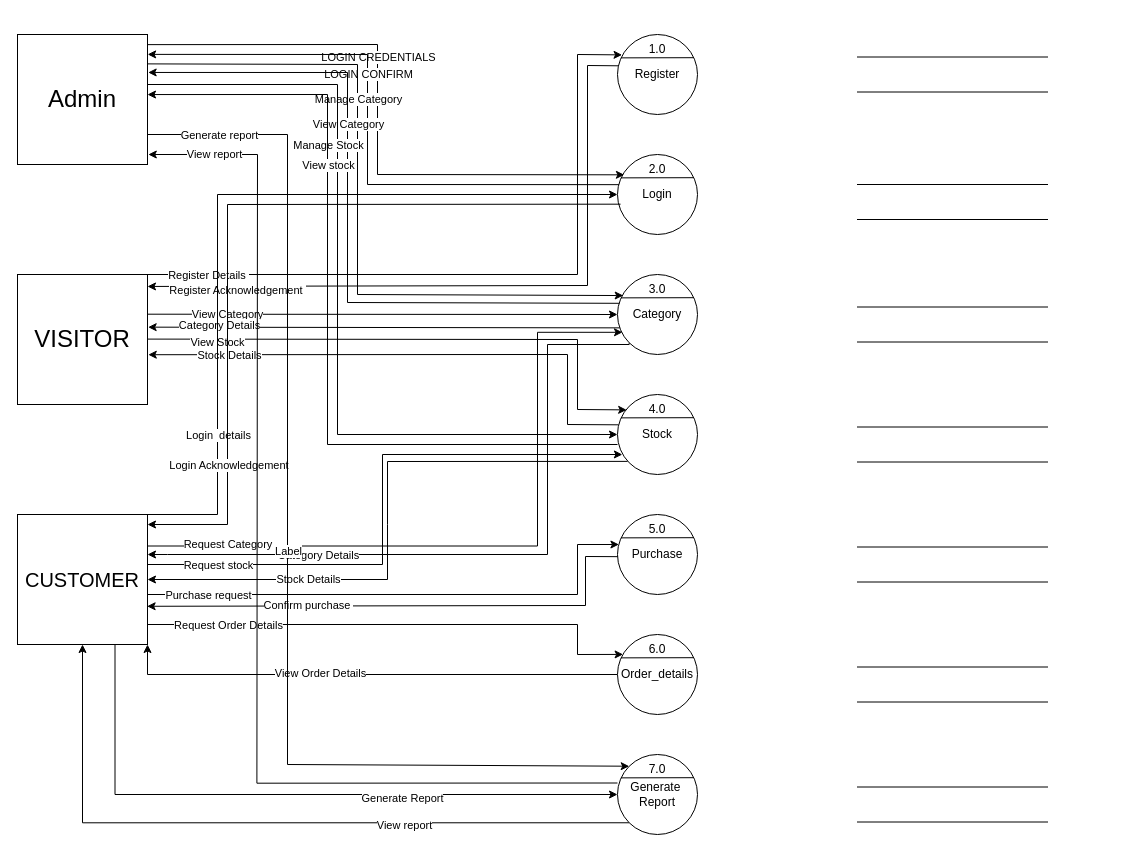
Pandya-Mihir/Pandya-Mihir keeps this draw.io diagram as Untitled Diagram.drawio. Above is the earlier version. Source tidied: cells renumbered, new cells numbered last; positions are measured from the earlier drawing's top-left corner, leaving out a move shared by most shapes. Both pictures are drawn from the tidied source at 100%, with x=0, y=0 at pixel (17, 34).
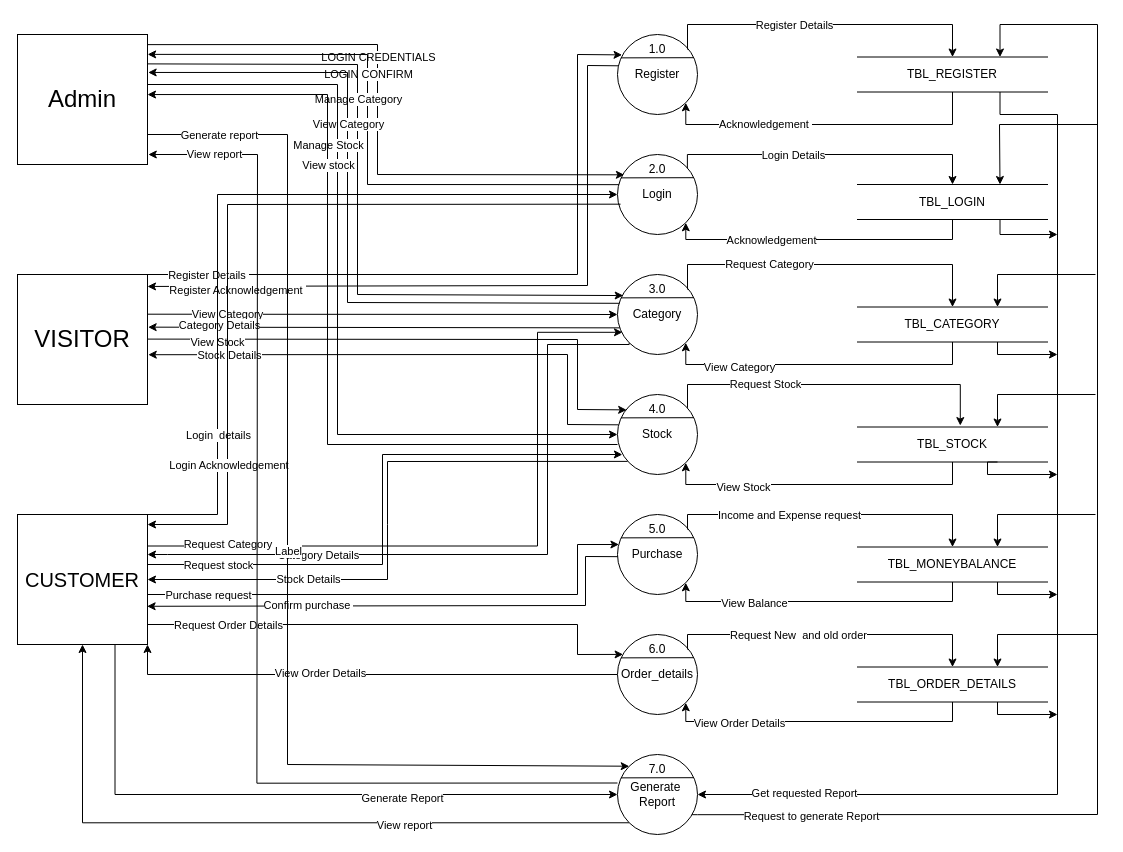
The same diagram, later.

The change refers to these unchanged cells:
```xml
<mxCell id="22" value="Register" style="ellipse;whiteSpace=wrap;html=1;" parent="1" vertex="1">
  <mxGeometry x="600" width="80" height="80" as="geometry" />
</mxCell>
<mxCell id="24" value="Login" style="ellipse;whiteSpace=wrap;html=1;" parent="1" vertex="1">
  <mxGeometry x="600" y="120" width="80" height="80" as="geometry" />
</mxCell>
<mxCell id="28" value="Category" style="ellipse;whiteSpace=wrap;html=1;" parent="1" vertex="1">
  <mxGeometry x="600" y="240" width="80" height="80" as="geometry" />
</mxCell>
<mxCell id="30" value="Stock" style="ellipse;whiteSpace=wrap;html=1;" parent="1" vertex="1">
  <mxGeometry x="600" y="360" width="80" height="80" as="geometry" />
</mxCell>
<mxCell id="32" value="Purchase" style="ellipse;whiteSpace=wrap;html=1;" parent="1" vertex="1">
  <mxGeometry x="600" y="480" width="80" height="80" as="geometry" />
</mxCell>
<mxCell id="36" value="Order_details" style="ellipse;whiteSpace=wrap;html=1;" parent="1" vertex="1">
  <mxGeometry x="600" y="600" width="80" height="80" as="geometry" />
</mxCell>
<mxCell id="40" value="Generate&amp;nbsp;&lt;br&gt;Report" style="ellipse;whiteSpace=wrap;html=1;" parent="1" vertex="1">
  <mxGeometry x="600" y="720" width="80" height="80" as="geometry" />
</mxCell>
<mxCell id="44" value="1.0" style="text;html=1;strokeColor=none;fillColor=none;align=center;verticalAlign=middle;whiteSpace=wrap;rounded=0;" parent="1" vertex="1">
  <mxGeometry x="610" width="60" height="30" as="geometry" />
</mxCell>
<mxCell id="45" value="2.0" style="text;html=1;strokeColor=none;fillColor=none;align=center;verticalAlign=middle;whiteSpace=wrap;rounded=0;" parent="1" vertex="1">
  <mxGeometry x="610" y="120" width="60" height="30" as="geometry" />
</mxCell>
<mxCell id="46" value="3.0" style="text;html=1;strokeColor=none;fillColor=none;align=center;verticalAlign=middle;whiteSpace=wrap;rounded=0;" parent="1" vertex="1">
  <mxGeometry x="610" y="240" width="60" height="30" as="geometry" />
</mxCell>
<mxCell id="47" value="4.0" style="text;html=1;strokeColor=none;fillColor=none;align=center;verticalAlign=middle;whiteSpace=wrap;rounded=0;" parent="1" vertex="1">
  <mxGeometry x="610" y="360" width="60" height="30" as="geometry" />
</mxCell>
<mxCell id="48" value="5.0" style="text;html=1;strokeColor=none;fillColor=none;align=center;verticalAlign=middle;whiteSpace=wrap;rounded=0;" parent="1" vertex="1">
  <mxGeometry x="610" y="480" width="60" height="30" as="geometry" />
</mxCell>
<mxCell id="49" value="6.0" style="text;html=1;strokeColor=none;fillColor=none;align=center;verticalAlign=middle;whiteSpace=wrap;rounded=0;" parent="1" vertex="1">
  <mxGeometry x="610" y="600" width="60" height="30" as="geometry" />
</mxCell>
```

Diff of the diagram source:
```diff
@@
+    <mxCell id="86" style="edgeStyle=orthogonalEdgeStyle;rounded=0;jettySize=auto;html=1;exitX=0.5;exitY=1;exitDx=0;exitDy=0;entryX=1;entryY=1;entryDx=0;entryDy=0;" parent="1" edge="1" source="13" target="22">
+      <mxGeometry relative="1" as="geometry">
+        <Array as="points">
+          <mxPoint x="935" y="90" />
+          <mxPoint x="668" y="90" />
+        </Array>
+      </mxGeometry>
+    </mxCell>
+    <mxCell id="87" value="Acknowledgement&amp;nbsp;" style="edgeLabel;html=1;align=center;verticalAlign=middle;" parent="86" vertex="1">
+      <mxGeometry x="0.37" y="-1" relative="1" as="geometry" />
+    </mxCell>
-    <mxCell id="13" style="html=1;dashed=0;whiteSpace=wrap;shape=partialRectangle;right=0;left=0;" parent="1" vertex="1">
+    <mxCell id="13" value="TBL_REGISTER" style="html=1;dashed=0;whiteSpace=wrap;shape=partialRectangle;right=0;left=0;" parent="1" vertex="1">
       <mxGeometry x="840" y="22.5" width="190" height="35" as="geometry" />
     </mxCell>
+    <mxCell id="88" style="edgeStyle=orthogonalEdgeStyle;rounded=0;jettySize=auto;html=1;exitX=0.5;exitY=1;exitDx=0;exitDy=0;entryX=1;entryY=1;entryDx=0;entryDy=0;" parent="1" edge="1" source="14" target="24">
+      <mxGeometry relative="1" as="geometry">
+        <Array as="points">
+          <mxPoint x="935" y="205" />
+          <mxPoint x="668" y="205" />
+        </Array>
+      </mxGeometry>
+    </mxCell>
+    <mxCell id="89" value="Acknowledgement" style="edgeLabel;html=1;align=center;verticalAlign=middle;" parent="88" vertex="1">
+      <mxGeometry x="0.33" relative="1" as="geometry" />
+    </mxCell>
+    <mxCell id="90" style="edgeStyle=orthogonalEdgeStyle;rounded=0;jettySize=auto;html=1;exitX=0.75;exitY=1;exitDx=0;exitDy=0;" parent="1" edge="1" source="14">
+      <mxGeometry relative="1" as="geometry">
+        <mxPoint x="1040" y="200" as="targetPoint" />
+        <Array as="points">
+          <mxPoint x="983" y="200" />
+        </Array>
+      </mxGeometry>
+    </mxCell>
-    <mxCell id="14" style="html=1;dashed=0;whiteSpace=wrap;shape=partialRectangle;right=0;left=0;" parent="1" vertex="1">
+    <mxCell id="14" value="TBL_LOGIN" style="html=1;dashed=0;whiteSpace=wrap;shape=partialRectangle;right=0;left=0;" parent="1" vertex="1">
       <mxGeometry x="840" y="150" width="190" height="35" as="geometry" />
     </mxCell>
+    <mxCell id="91" style="edgeStyle=orthogonalEdgeStyle;rounded=0;jettySize=auto;html=1;exitX=0.5;exitY=1;exitDx=0;exitDy=0;entryX=1;entryY=1;entryDx=0;entryDy=0;" parent="1" edge="1" source="15" target="28">
+      <mxGeometry relative="1" as="geometry">
+        <Array as="points">
+          <mxPoint x="935" y="330" />
+          <mxPoint x="668" y="330" />
+        </Array>
+      </mxGeometry>
+    </mxCell>
+    <mxCell id="92" value="View Category" style="edgeLabel;html=1;align=center;verticalAlign=middle;" parent="91" vertex="1">
+      <mxGeometry x="0.52" y="2" relative="1" as="geometry" />
+    </mxCell>
-    <mxCell id="15" style="html=1;dashed=0;whiteSpace=wrap;shape=partialRectangle;right=0;left=0;" parent="1" vertex="1">
+    <mxCell id="15" value="TBL_CATEGORY" style="html=1;dashed=0;whiteSpace=wrap;shape=partialRectangle;right=0;left=0;" parent="1" vertex="1">
       <mxGeometry x="840" y="272.5" width="190" height="35" as="geometry" />
     </mxCell>
+    <mxCell id="93" style="edgeStyle=orthogonalEdgeStyle;rounded=0;jettySize=auto;html=1;exitX=0.5;exitY=1;exitDx=0;exitDy=0;entryX=1;entryY=1;entryDx=0;entryDy=0;" parent="1" edge="1" source="16" target="30">
+      <mxGeometry relative="1" as="geometry">
+        <Array as="points">
+          <mxPoint x="935" y="450" />
+          <mxPoint x="668" y="450" />
+        </Array>
+      </mxGeometry>
+    </mxCell>
+    <mxCell id="94" value="View Stock" style="edgeLabel;html=1;align=center;verticalAlign=middle;" parent="93" vertex="1">
+      <mxGeometry x="0.49" y="2" relative="1" as="geometry" />
+    </mxCell>
-    <mxCell id="16" style="html=1;dashed=0;whiteSpace=wrap;shape=partialRectangle;right=0;left=0;" parent="1" vertex="1">
+    <mxCell id="16" value="TBL_STOCK" style="html=1;dashed=0;whiteSpace=wrap;shape=partialRectangle;right=0;left=0;" parent="1" vertex="1">
       <mxGeometry x="840" y="392.5" width="190" height="35" as="geometry" />
     </mxCell>
+    <mxCell id="95" style="edgeStyle=orthogonalEdgeStyle;rounded=0;jettySize=auto;html=1;exitX=0.5;exitY=1;exitDx=0;exitDy=0;entryX=1;entryY=1;entryDx=0;entryDy=0;" parent="1" edge="1" source="17" target="32">
+      <mxGeometry relative="1" as="geometry">
+        <Array as="points">
+          <mxPoint x="935" y="567" />
+          <mxPoint x="668" y="567" />
+        </Array>
+      </mxGeometry>
+    </mxCell>
+    <mxCell id="96" value="View Balance" style="edgeLabel;html=1;align=center;verticalAlign=middle;" parent="95" vertex="1">
+      <mxGeometry x="0.43" y="1" relative="1" as="geometry" />
+    </mxCell>
-    <mxCell id="17" style="html=1;dashed=0;whiteSpace=wrap;shape=partialRectangle;right=0;left=0;" parent="1" vertex="1">
+    <mxCell id="17" value="TBL_MONEYBALANCE" style="html=1;dashed=0;whiteSpace=wrap;shape=partialRectangle;right=0;left=0;" parent="1" vertex="1">
       <mxGeometry x="840" y="512.5" width="190" height="35" as="geometry" />
     </mxCell>
+    <mxCell id="97" style="edgeStyle=orthogonalEdgeStyle;rounded=0;jettySize=auto;html=1;exitX=0.5;exitY=1;exitDx=0;exitDy=0;entryX=1;entryY=1;entryDx=0;entryDy=0;" parent="1" edge="1" source="18" target="36">
+      <mxGeometry relative="1" as="geometry">
+        <Array as="points">
+          <mxPoint x="935" y="687" />
+          <mxPoint x="668" y="687" />
+        </Array>
+      </mxGeometry>
+    </mxCell>
+    <mxCell id="98" value="View Order Details" style="edgeLabel;html=1;align=center;verticalAlign=middle;" parent="97" vertex="1">
+      <mxGeometry x="0.53" y="1" relative="1" as="geometry" />
+    </mxCell>
-    <mxCell id="18" style="html=1;dashed=0;whiteSpace=wrap;shape=partialRectangle;right=0;left=0;" parent="1" vertex="1">
+    <mxCell id="18" value="TBL_ORDER_DETAILS" style="html=1;dashed=0;whiteSpace=wrap;shape=partialRectangle;right=0;left=0;" parent="1" vertex="1">
       <mxGeometry x="840" y="632.5" width="190" height="35" as="geometry" />
     </mxCell>
-    <mxCell id="19" style="html=1;dashed=0;whiteSpace=wrap;shape=partialRectangle;right=0;left=0;" parent="1" vertex="1">
-      <mxGeometry x="840" y="752.5" width="190" height="35" as="geometry" />
-    </mxCell>
@@
+    <mxCell id="99" style="edgeStyle=orthogonalEdgeStyle;rounded=0;jettySize=auto;html=1;exitX=0.75;exitY=1;exitDx=0;exitDy=0;" parent="1" edge="1" source="13" target="40">
+      <mxGeometry relative="1" as="geometry">
+        <Array as="points">
+          <mxPoint x="983" y="80" />
+          <mxPoint x="1040" y="80" />
+          <mxPoint x="1040" y="760" />
+        </Array>
+      </mxGeometry>
+    </mxCell>
+    <mxCell id="100" value="&lt;br&gt;" style="edgeLabel;html=1;align=center;verticalAlign=middle;" parent="99" vertex="1">
+      <mxGeometry x="0.84" y="2" relative="1" as="geometry" />
+    </mxCell>
+    <mxCell id="101" value="Get requested Report" style="edgeLabel;html=1;align=center;verticalAlign=middle;" parent="99" vertex="1">
+      <mxGeometry x="0.81" y="-2" relative="1" as="geometry" />
+    </mxCell>
@@
+    <mxCell id="102" style="edgeStyle=orthogonalEdgeStyle;rounded=0;jettySize=auto;html=1;exitX=1;exitY=0.5;exitDx=0;exitDy=0;entryX=0.5;entryY=0;entryDx=0;entryDy=0;" parent="1" edge="1" source="44" target="13">
+      <mxGeometry relative="1" as="geometry">
+        <Array as="points">
+          <mxPoint x="670" y="-10" />
+          <mxPoint x="935" y="-10" />
+        </Array>
+      </mxGeometry>
+    </mxCell>
+    <mxCell id="103" value="Register Details" style="edgeLabel;html=1;align=center;verticalAlign=middle;" parent="102" vertex="1">
+      <mxGeometry x="-0.19" relative="1" as="geometry" />
+    </mxCell>
@@
+    <mxCell id="104" style="edgeStyle=orthogonalEdgeStyle;rounded=0;jettySize=auto;html=1;exitX=0.998;exitY=0.456;exitDx=0;exitDy=0;entryX=0.5;entryY=0;entryDx=0;entryDy=0;exitPerimeter=0;" parent="1" edge="1" source="45" target="14">
+      <mxGeometry relative="1" as="geometry">
+        <Array as="points">
+          <mxPoint x="670" y="120" />
+          <mxPoint x="935" y="120" />
+        </Array>
+      </mxGeometry>
+    </mxCell>
+    <mxCell id="105" value="Login Details" style="edgeLabel;html=1;align=center;verticalAlign=middle;" parent="104" vertex="1">
+      <mxGeometry x="-0.23" relative="1" as="geometry" />
+    </mxCell>
@@
+    <mxCell id="106" style="edgeStyle=orthogonalEdgeStyle;rounded=0;jettySize=auto;html=1;exitX=1;exitY=0.5;exitDx=0;exitDy=0;entryX=0.5;entryY=0;entryDx=0;entryDy=0;" parent="1" edge="1" source="46" target="15">
+      <mxGeometry relative="1" as="geometry">
+        <Array as="points">
+          <mxPoint x="670" y="230" />
+          <mxPoint x="935" y="230" />
+        </Array>
+      </mxGeometry>
+    </mxCell>
+    <mxCell id="107" value="Request Category" style="edgeLabel;html=1;align=center;verticalAlign=middle;" parent="106" vertex="1">
+      <mxGeometry x="-0.36" y="1" relative="1" as="geometry" />
+    </mxCell>
@@
+    <mxCell id="108" style="edgeStyle=orthogonalEdgeStyle;rounded=0;jettySize=auto;html=1;exitX=1;exitY=0.5;exitDx=0;exitDy=0;entryX=0.5;entryY=0;entryDx=0;entryDy=0;" parent="1" edge="1" source="48" target="17">
+      <mxGeometry relative="1" as="geometry">
+        <Array as="points">
+          <mxPoint x="670" y="480" />
+          <mxPoint x="935" y="480" />
+        </Array>
+      </mxGeometry>
+    </mxCell>
+    <mxCell id="109" value="Income and Expense request" style="edgeLabel;html=1;align=center;verticalAlign=middle;" parent="108" vertex="1">
+      <mxGeometry x="-0.59" y="2" relative="1" as="geometry">
+        <mxPoint x="52" y="2" as="offset" />
+      </mxGeometry>
+    </mxCell>
@@
+    <mxCell id="110" style="edgeStyle=orthogonalEdgeStyle;rounded=0;jettySize=auto;html=1;exitX=1;exitY=0.5;exitDx=0;exitDy=0;entryX=0.5;entryY=0;entryDx=0;entryDy=0;" parent="1" edge="1" source="49" target="18">
+      <mxGeometry relative="1" as="geometry">
+        <Array as="points">
+          <mxPoint x="670" y="600" />
+          <mxPoint x="935" y="600" />
+        </Array>
+      </mxGeometry>
+    </mxCell>
+    <mxCell id="111" value="Request New&amp;nbsp; and old order" style="edgeLabel;html=1;align=center;verticalAlign=middle;" parent="110" vertex="1">
+      <mxGeometry x="-0.6" y="-1" relative="1" as="geometry">
+        <mxPoint x="62" y="-1" as="offset" />
+      </mxGeometry>
+    </mxCell>
@@
+    <mxCell id="112" style="edgeStyle=orthogonalEdgeStyle;rounded=0;jettySize=auto;html=1;entryX=0.541;entryY=-0.041;entryDx=0;entryDy=0;entryPerimeter=0;exitX=1;exitY=0.445;exitDx=0;exitDy=0;exitPerimeter=0;" parent="1" edge="1" source="47" target="16">
+      <mxGeometry relative="1" as="geometry">
+        <Array as="points">
+          <mxPoint x="670" y="350" />
+          <mxPoint x="943" y="350" />
+        </Array>
+      </mxGeometry>
+    </mxCell>
+    <mxCell id="113" value="Request Stock" style="edgeLabel;html=1;align=center;verticalAlign=middle;" parent="112" vertex="1">
+      <mxGeometry x="-0.4" y="1" relative="1" as="geometry" />
+    </mxCell>
+    <mxCell id="114" style="edgeStyle=orthogonalEdgeStyle;rounded=0;jettySize=auto;html=1;exitX=0.931;exitY=0.752;exitDx=0;exitDy=0;entryX=0.75;entryY=0;entryDx=0;entryDy=0;exitPerimeter=0;" parent="1" edge="1" source="40" target="13">
+      <mxGeometry relative="1" as="geometry">
+        <Array as="points">
+          <mxPoint x="680" y="780" />
+          <mxPoint x="1080" y="780" />
+          <mxPoint x="1080" y="-10" />
+          <mxPoint x="983" y="-10" />
+        </Array>
+      </mxGeometry>
+    </mxCell>
+    <mxCell id="115" value="Request to generate Report" style="edgeLabel;html=1;align=center;verticalAlign=middle;" parent="114" vertex="1">
+      <mxGeometry x="-0.82" y="-1" relative="1" as="geometry" />
+    </mxCell>
+    <mxCell id="116" style="edgeStyle=none;jettySize=auto;html=1;rounded=0;entryX=0.75;entryY=0;entryDx=0;entryDy=0;" parent="1" edge="1" target="14">
+      <mxGeometry relative="1" as="geometry">
+        <mxPoint x="1080" y="90" as="sourcePoint" />
+        <Array as="points">
+          <mxPoint x="982" y="90" />
+        </Array>
+      </mxGeometry>
+    </mxCell>
+    <mxCell id="117" style="edgeStyle=none;orthogonalLoop=1;jettySize=auto;html=1;rounded=0;entryX=0.75;entryY=0;entryDx=0;entryDy=0;" parent="1" edge="1">
+      <mxGeometry relative="1" as="geometry">
+        <mxPoint x="1078" y="240" as="sourcePoint" />
+        <mxPoint x="980" y="272.5" as="targetPoint" />
+        <Array as="points">
+          <mxPoint x="980" y="240" />
+        </Array>
+      </mxGeometry>
+    </mxCell>
+    <mxCell id="118" style="edgeStyle=none;orthogonalLoop=1;jettySize=auto;html=1;rounded=0;entryX=0.75;entryY=0;entryDx=0;entryDy=0;" parent="1" edge="1">
+      <mxGeometry relative="1" as="geometry">
+        <mxPoint x="1078" y="360" as="sourcePoint" />
+        <mxPoint x="980" y="392.5" as="targetPoint" />
+        <Array as="points">
+          <mxPoint x="980" y="360" />
+        </Array>
+      </mxGeometry>
+    </mxCell>
+    <mxCell id="119" style="edgeStyle=none;orthogonalLoop=1;jettySize=auto;html=1;rounded=0;entryX=0.75;entryY=0;entryDx=0;entryDy=0;" parent="1" edge="1">
+      <mxGeometry relative="1" as="geometry">
+        <mxPoint x="1078" y="480" as="sourcePoint" />
+        <mxPoint x="980" y="512.5" as="targetPoint" />
+        <Array as="points">
+          <mxPoint x="980" y="480" />
+        </Array>
+      </mxGeometry>
+    </mxCell>
+    <mxCell id="120" style="edgeStyle=none;orthogonalLoop=1;jettySize=auto;html=1;rounded=0;entryX=0.75;entryY=0;entryDx=0;entryDy=0;" parent="1" edge="1">
+      <mxGeometry relative="1" as="geometry">
+        <mxPoint x="1080" y="600" as="sourcePoint" />
+        <mxPoint x="980" y="632.5" as="targetPoint" />
+        <Array as="points">
+          <mxPoint x="980" y="600" />
+        </Array>
+      </mxGeometry>
+    </mxCell>
+    <mxCell id="121" style="edgeStyle=orthogonalEdgeStyle;rounded=0;orthogonalLoop=1;jettySize=auto;html=1;exitX=0.75;exitY=1;exitDx=0;exitDy=0;" parent="1" edge="1">
+      <mxGeometry relative="1" as="geometry">
+        <mxPoint x="980" y="307.5" as="sourcePoint" />
+        <mxPoint x="1040" y="320" as="targetPoint" />
+        <Array as="points">
+          <mxPoint x="980" y="320" />
+        </Array>
+      </mxGeometry>
+    </mxCell>
+    <mxCell id="122" style="edgeStyle=orthogonalEdgeStyle;rounded=0;orthogonalLoop=1;jettySize=auto;html=1;exitX=0.75;exitY=1;exitDx=0;exitDy=0;" parent="1" edge="1">
+      <mxGeometry relative="1" as="geometry">
+        <mxPoint x="980" y="427.5" as="sourcePoint" />
+        <mxPoint x="1040" y="440" as="targetPoint" />
+        <Array as="points">
+          <mxPoint x="970" y="428" />
+          <mxPoint x="970" y="440" />
+        </Array>
+      </mxGeometry>
+    </mxCell>
+    <mxCell id="123" style="edgeStyle=orthogonalEdgeStyle;rounded=0;orthogonalLoop=1;jettySize=auto;html=1;exitX=0.75;exitY=1;exitDx=0;exitDy=0;" parent="1" edge="1">
+      <mxGeometry relative="1" as="geometry">
+        <mxPoint x="980" y="547.5" as="sourcePoint" />
+        <mxPoint x="1040" y="560" as="targetPoint" />
+        <Array as="points">
+          <mxPoint x="980" y="560" />
+        </Array>
+      </mxGeometry>
+    </mxCell>
+    <mxCell id="124" style="edgeStyle=orthogonalEdgeStyle;rounded=0;orthogonalLoop=1;jettySize=auto;html=1;exitX=0.75;exitY=1;exitDx=0;exitDy=0;" parent="1" edge="1">
+      <mxGeometry relative="1" as="geometry">
+        <mxPoint x="980" y="667.5" as="sourcePoint" />
+        <mxPoint x="1040" y="680" as="targetPoint" />
+        <Array as="points">
+          <mxPoint x="980" y="680" />
+        </Array>
+      </mxGeometry>
+    </mxCell>
```
